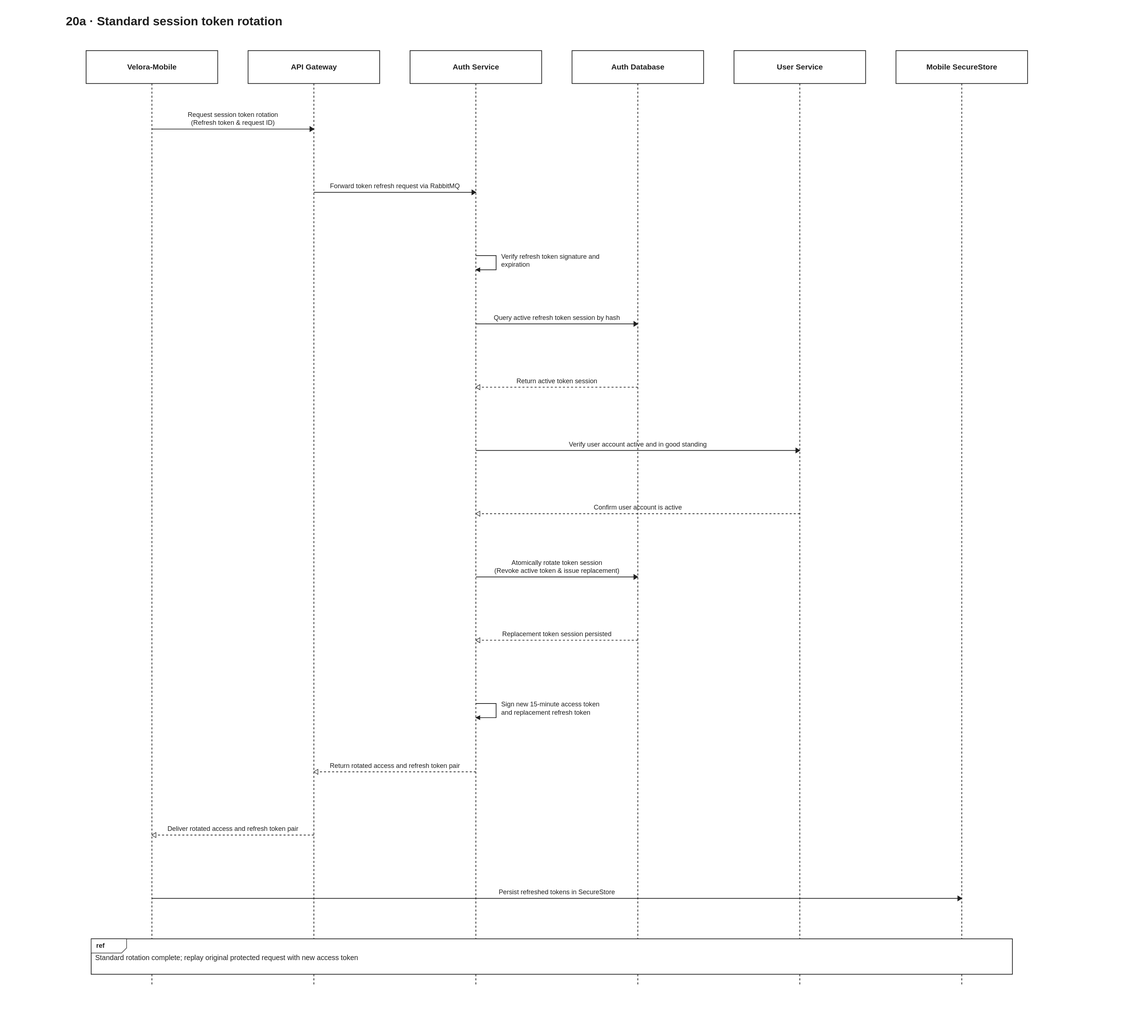
The draw.io diagram docs/diagrams/velora-current/importable-svg/20a-auth-refresh-standard.drawio.svg in HieuCuteDangYeu/velora-backend, before a commit. Source tidied: cells renumbered, new cells last; positions are measured from the earlier drawing's top-left corner, leaving out a move shared by most shapes.
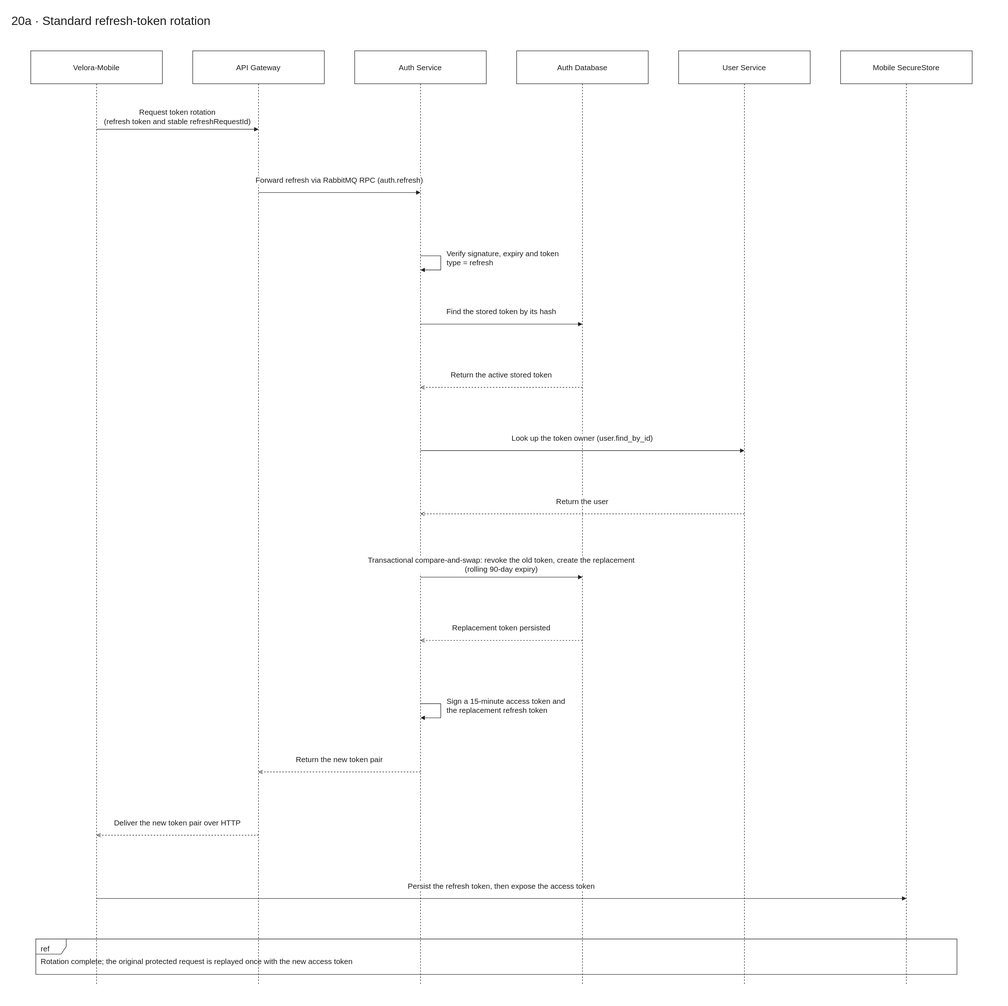
Later version of the same file.

Change to the diagram source:
```diff
@@ -38,7 +38,7 @@
         <mxPoint x="170" y="1925" as="targetPoint" />
       </mxGeometry>
     </mxCell>
-    <mxCell id="8" value="20a · Standard session token rotation" style="html=1;fontFamily=Arial;fontSize=15;fontColor=light-dark(#202020,#eeeeee);strokeColor=light-dark(#202020,#eeeeee);text;fontSize=24;align=left;strokeColor=none;fillColor=none;" parent="1" vertex="1">
+    <mxCell id="8" value="20a · Standard refresh-token rotation" style="html=1;fontFamily=Arial;fontSize=15;fontColor=light-dark(#202020,#eeeeee);strokeColor=light-dark(#202020,#eeeeee);text;fontSize=24;align=left;strokeColor=none;fillColor=none;" parent="1" vertex="1">
       <mxGeometry width="1930" height="50" as="geometry" />
     </mxCell>
     <mxCell id="9" value="Velora-Mobile" style="html=1;fontFamily=Arial;fontSize=15;fontColor=light-dark(#202020,#eeeeee);strokeColor=light-dark(#202020,#eeeeee);rounded=0;fillColor=#ffffff;whiteSpace=wrap;align=center;verticalAlign=middle;" parent="1" vertex="1">
@@ -59,91 +59,99 @@
     <mxCell id="14" value="Mobile SecureStore" style="html=1;fontFamily=Arial;fontSize=15;fontColor=light-dark(#202020,#eeeeee);strokeColor=light-dark(#202020,#eeeeee);rounded=0;fillColor=#ffffff;whiteSpace=wrap;align=center;verticalAlign=middle;" parent="1" vertex="1">
       <mxGeometry x="1640" y="80" width="260" height="65" as="geometry" />
     </mxCell>
-    <mxCell id="15" value="Request session token rotation&lt;br&gt;(Refresh token &amp;amp; request ID)" style="html=1;fontFamily=Arial;fontSize=15;fontColor=light-dark(#202020,#eeeeee);strokeColor=light-dark(#202020,#eeeeee);endArrow=block;endFill=1;labelBackgroundColor=#ffffff;labelWidth=550;whiteSpace=wrap;align=center;" parent="1" edge="1">
+    <mxCell id="15" value="Request token rotation&lt;br&gt;(refresh token and stable refreshRequestId)" style="html=1;fontFamily=Arial;fontSize=15;fontColor=light-dark(#202020,#eeeeee);strokeColor=light-dark(#202020,#eeeeee);endArrow=block;endFill=1;labelBackgroundColor=#ffffff;labelWidth=550;whiteSpace=wrap;align=center;" parent="1" edge="1">
       <mxGeometry relative="1" as="geometry">
         <mxPoint x="170" y="235" as="sourcePoint" />
         <mxPoint x="490" y="235" as="targetPoint" />
         <mxPoint y="-25" as="offset" />
       </mxGeometry>
     </mxCell>
-    <mxCell id="16" value="Forward token refresh request via RabbitMQ" style="html=1;fontFamily=Arial;fontSize=15;fontColor=light-dark(#202020,#eeeeee);strokeColor=light-dark(#202020,#eeeeee);endArrow=block;endFill=1;labelBackgroundColor=#ffffff;labelWidth=550;whiteSpace=wrap;align=center;" parent="1" edge="1">
+    <mxCell id="16" value="Forward refresh via RabbitMQ RPC (auth.refresh)" style="html=1;fontFamily=Arial;fontSize=15;fontColor=light-dark(#202020,#eeeeee);strokeColor=light-dark(#202020,#eeeeee);endArrow=block;endFill=1;labelBackgroundColor=#ffffff;labelWidth=550;whiteSpace=wrap;align=center;" parent="1" edge="1">
       <mxGeometry relative="1" as="geometry">
         <mxPoint x="490" y="360" as="sourcePoint" />
         <mxPoint x="810" y="360" as="targetPoint" />
         <mxPoint y="-25" as="offset" />
       </mxGeometry>
     </mxCell>
-    <mxCell id="17" value="Verify refresh token signature and expiration" style="html=1;fontFamily=Arial;fontSize=15;fontColor=light-dark(#202020,#eeeeee);strokeColor=light-dark(#202020,#eeeeee);endArrow=block;endFill=1;edgeStyle=orthogonalEdgeStyle;curved=0;rounded=0;orthogonalLoop=1;jettySize=auto;labelBackgroundColor=#ffffff;labelWidth=240;whiteSpace=wrap;align=left;" parent="1" edge="1">
+    <mxCell id="17" value="Verify signature, expiry and token type = refresh" style="html=1;fontFamily=Arial;fontSize=15;fontColor=light-dark(#202020,#eeeeee);strokeColor=light-dark(#202020,#eeeeee);endArrow=block;endFill=1;edgeStyle=orthogonalEdgeStyle;curved=0;rounded=0;orthogonalLoop=1;jettySize=auto;labelBackgroundColor=#ffffff;labelWidth=240;whiteSpace=wrap;align=left;" parent="1" edge="1">
       <mxGeometry relative="1" as="geometry">
         <mxPoint x="810" y="485" as="sourcePoint" />
         <mxPoint x="810" y="513" as="targetPoint" />
+        <Array as="points">
+          <mxPoint x="850" y="485" />
+          <mxPoint x="850" y="513" />
+        </Array>
         <mxPoint x="10" y="-10" as="offset" />
       </mxGeometry>
     </mxCell>
-    <mxCell id="18" value="Query active refresh token session by hash" style="html=1;fontFamily=Arial;fontSize=15;fontColor=light-dark(#202020,#eeeeee);strokeColor=light-dark(#202020,#eeeeee);endArrow=block;endFill=1;labelBackgroundColor=#ffffff;labelWidth=550;whiteSpace=wrap;align=center;" parent="1" edge="1">
+    <mxCell id="18" value="Find the stored token by its hash" style="html=1;fontFamily=Arial;fontSize=15;fontColor=light-dark(#202020,#eeeeee);strokeColor=light-dark(#202020,#eeeeee);endArrow=block;endFill=1;labelBackgroundColor=#ffffff;labelWidth=550;whiteSpace=wrap;align=center;" parent="1" edge="1">
       <mxGeometry relative="1" as="geometry">
         <mxPoint x="810" y="620" as="sourcePoint" />
         <mxPoint x="1130" y="620" as="targetPoint" />
         <mxPoint y="-25" as="offset" />
       </mxGeometry>
     </mxCell>
-    <mxCell id="19" value="Return active token session" style="html=1;fontFamily=Arial;fontSize=15;fontColor=light-dark(#202020,#eeeeee);strokeColor=light-dark(#202020,#eeeeee);endArrow=open;dashed=1;labelBackgroundColor=#ffffff;labelWidth=550;whiteSpace=wrap;align=center;" parent="1" edge="1">
+    <mxCell id="19" value="Return the active stored token" style="html=1;fontFamily=Arial;fontSize=15;fontColor=light-dark(#202020,#eeeeee);strokeColor=light-dark(#202020,#eeeeee);endArrow=open;dashed=1;labelBackgroundColor=#ffffff;labelWidth=550;whiteSpace=wrap;align=center;" parent="1" edge="1">
       <mxGeometry relative="1" as="geometry">
         <mxPoint x="1130" y="745" as="sourcePoint" />
         <mxPoint x="810" y="745" as="targetPoint" />
         <mxPoint y="-25" as="offset" />
       </mxGeometry>
     </mxCell>
-    <mxCell id="20" value="Verify user account active and in good standing" style="html=1;fontFamily=Arial;fontSize=15;fontColor=light-dark(#202020,#eeeeee);strokeColor=light-dark(#202020,#eeeeee);endArrow=block;endFill=1;labelBackgroundColor=#ffffff;labelWidth=550;whiteSpace=wrap;align=center;" parent="1" edge="1">
+    <mxCell id="20" value="Look up the token owner (user.find_by_id)" style="html=1;fontFamily=Arial;fontSize=15;fontColor=light-dark(#202020,#eeeeee);strokeColor=light-dark(#202020,#eeeeee);endArrow=block;endFill=1;labelBackgroundColor=#ffffff;labelWidth=550;whiteSpace=wrap;align=center;" parent="1" edge="1">
       <mxGeometry relative="1" as="geometry">
         <mxPoint x="810" y="870" as="sourcePoint" />
         <mxPoint x="1450" y="870" as="targetPoint" />
         <mxPoint y="-25" as="offset" />
       </mxGeometry>
     </mxCell>
-    <mxCell id="21" value="Confirm user account is active" style="html=1;fontFamily=Arial;fontSize=15;fontColor=light-dark(#202020,#eeeeee);strokeColor=light-dark(#202020,#eeeeee);endArrow=open;dashed=1;labelBackgroundColor=#ffffff;labelWidth=550;whiteSpace=wrap;align=center;" parent="1" edge="1">
+    <mxCell id="21" value="Return the user" style="html=1;fontFamily=Arial;fontSize=15;fontColor=light-dark(#202020,#eeeeee);strokeColor=light-dark(#202020,#eeeeee);endArrow=open;dashed=1;labelBackgroundColor=#ffffff;labelWidth=550;whiteSpace=wrap;align=center;" parent="1" edge="1">
       <mxGeometry relative="1" as="geometry">
         <mxPoint x="1450" y="995" as="sourcePoint" />
         <mxPoint x="810" y="995" as="targetPoint" />
         <mxPoint y="-25" as="offset" />
       </mxGeometry>
     </mxCell>
-    <mxCell id="22" value="Atomically rotate token session&lt;br&gt;(Revoke active token &amp;amp; issue replacement)" style="html=1;fontFamily=Arial;fontSize=15;fontColor=light-dark(#202020,#eeeeee);strokeColor=light-dark(#202020,#eeeeee);endArrow=block;endFill=1;labelBackgroundColor=#ffffff;labelWidth=550;whiteSpace=wrap;align=center;" parent="1" edge="1">
+    <mxCell id="22" value="Transactional compare-and-swap: revoke the old token, create the replacement&lt;br&gt;(rolling 90-day expiry)" style="html=1;fontFamily=Arial;fontSize=15;fontColor=light-dark(#202020,#eeeeee);strokeColor=light-dark(#202020,#eeeeee);endArrow=block;endFill=1;labelBackgroundColor=#ffffff;labelWidth=550;whiteSpace=wrap;align=center;" parent="1" edge="1">
       <mxGeometry relative="1" as="geometry">
         <mxPoint x="810" y="1120" as="sourcePoint" />
         <mxPoint x="1130" y="1120" as="targetPoint" />
         <mxPoint y="-25" as="offset" />
       </mxGeometry>
     </mxCell>
-    <mxCell id="23" value="Replacement token session persisted" style="html=1;fontFamily=Arial;fontSize=15;fontColor=light-dark(#202020,#eeeeee);strokeColor=light-dark(#202020,#eeeeee);endArrow=open;dashed=1;labelBackgroundColor=#ffffff;labelWidth=550;whiteSpace=wrap;align=center;" parent="1" edge="1">
+    <mxCell id="23" value="Replacement token persisted" style="html=1;fontFamily=Arial;fontSize=15;fontColor=light-dark(#202020,#eeeeee);strokeColor=light-dark(#202020,#eeeeee);endArrow=open;dashed=1;labelBackgroundColor=#ffffff;labelWidth=550;whiteSpace=wrap;align=center;" parent="1" edge="1">
       <mxGeometry relative="1" as="geometry">
         <mxPoint x="1130" y="1245" as="sourcePoint" />
         <mxPoint x="810" y="1245" as="targetPoint" />
         <mxPoint y="-25" as="offset" />
       </mxGeometry>
     </mxCell>
-    <mxCell id="24" value="Sign new 15-minute access token and replacement refresh token" style="html=1;fontFamily=Arial;fontSize=15;fontColor=light-dark(#202020,#eeeeee);strokeColor=light-dark(#202020,#eeeeee);endArrow=block;endFill=1;edgeStyle=orthogonalEdgeStyle;curved=0;rounded=0;orthogonalLoop=1;jettySize=auto;labelBackgroundColor=#ffffff;labelWidth=240;whiteSpace=wrap;align=left;" parent="1" edge="1">
+    <mxCell id="24" value="Sign a 15-minute access token and the replacement refresh token" style="html=1;fontFamily=Arial;fontSize=15;fontColor=light-dark(#202020,#eeeeee);strokeColor=light-dark(#202020,#eeeeee);endArrow=block;endFill=1;edgeStyle=orthogonalEdgeStyle;curved=0;rounded=0;orthogonalLoop=1;jettySize=auto;labelBackgroundColor=#ffffff;labelWidth=240;whiteSpace=wrap;align=left;" parent="1" edge="1">
       <mxGeometry relative="1" as="geometry">
         <mxPoint x="810" y="1370" as="sourcePoint" />
         <mxPoint x="810" y="1398" as="targetPoint" />
+        <Array as="points">
+          <mxPoint x="850" y="1370" />
+          <mxPoint x="850" y="1398" />
+        </Array>
         <mxPoint x="10" y="-10" as="offset" />
       </mxGeometry>
     </mxCell>
-    <mxCell id="25" value="Return rotated access and refresh token pair" style="html=1;fontFamily=Arial;fontSize=15;fontColor=light-dark(#202020,#eeeeee);strokeColor=light-dark(#202020,#eeeeee);endArrow=open;dashed=1;labelBackgroundColor=#ffffff;labelWidth=550;whiteSpace=wrap;align=center;" parent="1" edge="1">
+    <mxCell id="25" value="Return the new token pair" style="html=1;fontFamily=Arial;fontSize=15;fontColor=light-dark(#202020,#eeeeee);strokeColor=light-dark(#202020,#eeeeee);endArrow=open;dashed=1;labelBackgroundColor=#ffffff;labelWidth=550;whiteSpace=wrap;align=center;" parent="1" edge="1">
       <mxGeometry relative="1" as="geometry">
         <mxPoint x="810" y="1505" as="sourcePoint" />
         <mxPoint x="490" y="1505" as="targetPoint" />
         <mxPoint y="-25" as="offset" />
       </mxGeometry>
     </mxCell>
-    <mxCell id="26" value="Deliver rotated access and refresh token pair" style="html=1;fontFamily=Arial;fontSize=15;fontColor=light-dark(#202020,#eeeeee);strokeColor=light-dark(#202020,#eeeeee);endArrow=open;dashed=1;labelBackgroundColor=#ffffff;labelWidth=550;whiteSpace=wrap;align=center;" parent="1" edge="1">
+    <mxCell id="26" value="Deliver the new token pair over HTTP" style="html=1;fontFamily=Arial;fontSize=15;fontColor=light-dark(#202020,#eeeeee);strokeColor=light-dark(#202020,#eeeeee);endArrow=open;dashed=1;labelBackgroundColor=#ffffff;labelWidth=550;whiteSpace=wrap;align=center;" parent="1" edge="1">
       <mxGeometry relative="1" as="geometry">
         <mxPoint x="490" y="1630" as="sourcePoint" />
         <mxPoint x="170" y="1630" as="targetPoint" />
         <mxPoint y="-25" as="offset" />
       </mxGeometry>
     </mxCell>
-    <mxCell id="27" value="Persist refreshed tokens in SecureStore" style="html=1;fontFamily=Arial;fontSize=15;fontColor=light-dark(#202020,#eeeeee);strokeColor=light-dark(#202020,#eeeeee);endArrow=block;endFill=1;labelBackgroundColor=#ffffff;labelWidth=550;whiteSpace=wrap;align=center;" parent="1" edge="1">
+    <mxCell id="27" value="Persist the refresh token, then expose the access token" style="html=1;fontFamily=Arial;fontSize=15;fontColor=light-dark(#202020,#eeeeee);strokeColor=light-dark(#202020,#eeeeee);endArrow=block;endFill=1;labelBackgroundColor=#ffffff;labelWidth=550;whiteSpace=wrap;align=center;" parent="1" edge="1">
       <mxGeometry relative="1" as="geometry">
         <mxPoint x="170" y="1755" as="sourcePoint" />
         <mxPoint x="1770" y="1755" as="targetPoint" />
@@ -153,7 +161,7 @@
     <mxCell id="28" value="ref" style="html=1;fontFamily=Arial;fontSize=15;fontColor=light-dark(#202020,#eeeeee);strokeColor=light-dark(#202020,#eeeeee);shape=umlFrame;fillColor=light-dark(#ffffff,#181818);align=left;verticalAlign=top;spacingLeft=8;spacingTop=4;" parent="1" vertex="1">
       <mxGeometry x="50" y="1835" width="1820" height="70" as="geometry" />
     </mxCell>
-    <mxCell id="29" value="Standard rotation complete; replay original protected request with new access token" style="html=1;fontFamily=Arial;fontSize=15;fontColor=light-dark(#202020,#eeeeee);strokeColor=light-dark(#202020,#eeeeee);text;whiteSpace=wrap;align=left;verticalAlign=middle;strokeColor=none;fillColor=none;" parent="1" vertex="1">
+    <mxCell id="29" value="Rotation complete; the original protected request is replayed once with the new access token" style="html=1;fontFamily=Arial;fontSize=15;fontColor=light-dark(#202020,#eeeeee);strokeColor=light-dark(#202020,#eeeeee);text;whiteSpace=wrap;align=left;verticalAlign=middle;strokeColor=none;fillColor=none;" parent="1" vertex="1">
       <mxGeometry x="58" y="1857" width="1800" height="44" as="geometry" />
     </mxCell>
   </root>
```
